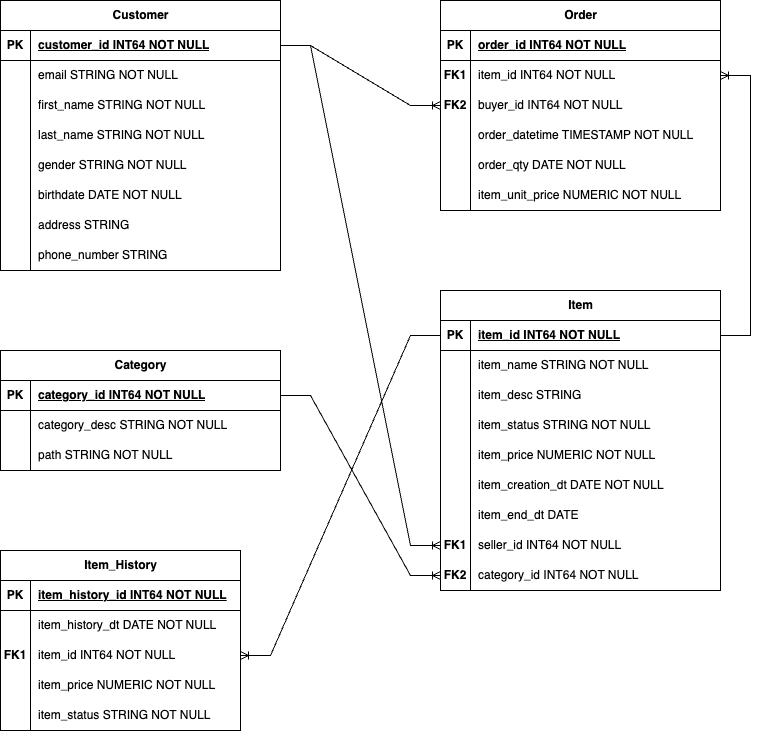
This is der_flujo_compras.drawio.png from NicOliveto/challenge_analytics_engineer_sql, a draw.io export, as it was before one commit. Source tidied: cells renumbered, new cells last; positions are measured from the earlier drawing's top-left corner, leaving out a move shared by most shapes.
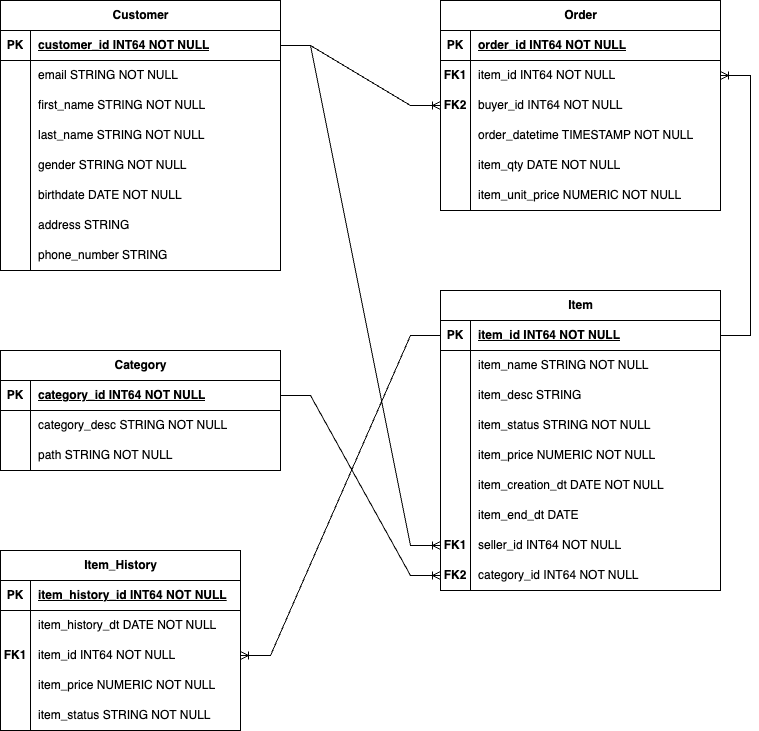
Later version of the same file.

Diff of the diagram source:
```diff
@@ -236,7 +236,7 @@
     <mxCell id="79" style="shape=partialRectangle;fillColor=none;top=0;left=0;bottom=0;right=0;overflow=hidden;whiteSpace=wrap;html=1;" parent="78" vertex="1">
       <mxGeometry width="30" height="30" as="geometry" />
     </mxCell>
-    <mxCell id="80" value="order_qty DATE NOT NULL" style="shape=partialRectangle;fillColor=none;top=0;left=0;bottom=0;right=0;align=left;spacingLeft=6;overflow=hidden;whiteSpace=wrap;html=1;" parent="78" vertex="1">
+    <mxCell id="80" value="item_qty DATE NOT NULL" style="shape=partialRectangle;fillColor=none;top=0;left=0;bottom=0;right=0;align=left;spacingLeft=6;overflow=hidden;whiteSpace=wrap;html=1;" parent="78" vertex="1">
       <mxGeometry x="30" width="250" height="30" as="geometry" />
     </mxCell>
     <mxCell id="81" style="shape=tableRow;horizontal=0;startSize=0;swimlaneHead=0;swimlaneBody=0;fillColor=none;top=0;left=0;right=0;bottom=0;" parent="65" vertex="1">
```
